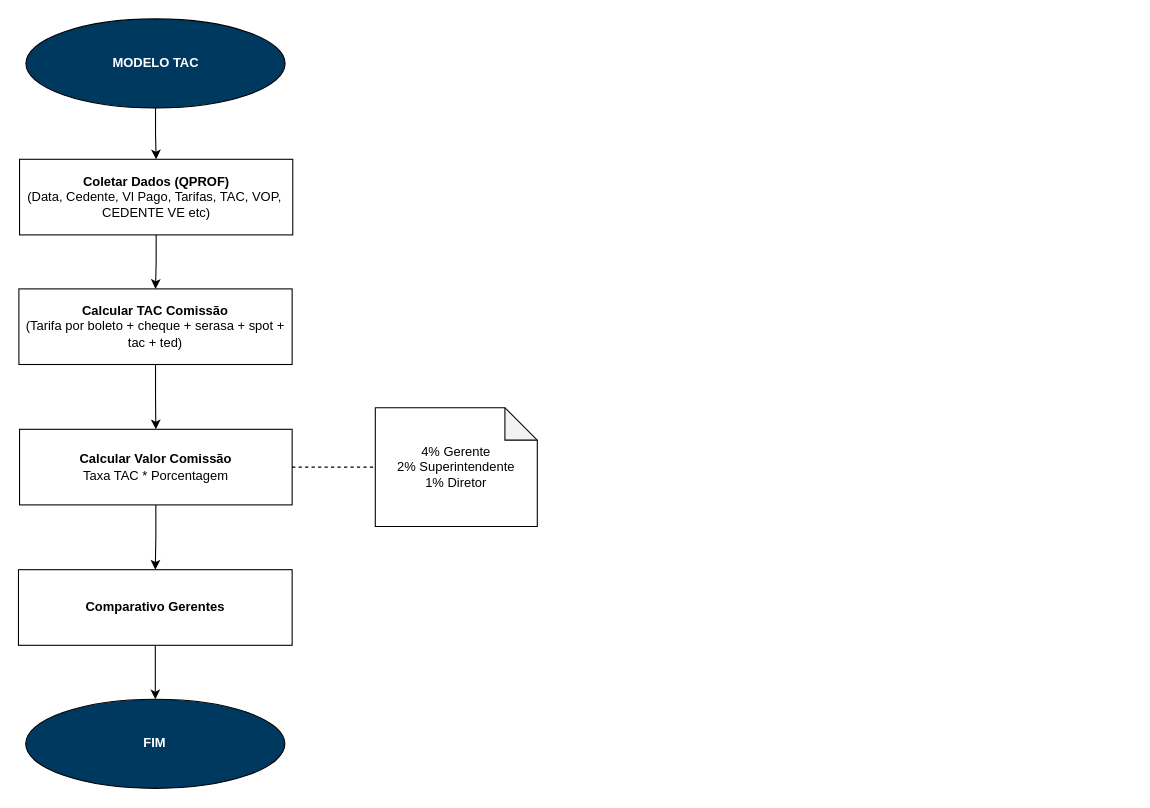
The draw.io diagram page "MODELO TAC" (4 of 4) of FLUXOGRAMAS.drawio in henriquelima0/exercicios-fiap, before the edit. Source tidied: cells renumbered, new cells numbered last; positions are measured from the earlier drawing's top-left corner, leaving out a move shared by most shapes. Both pictures are drawn from the tidied source at 108%, with x=0, y=0 at pixel (18, 18).
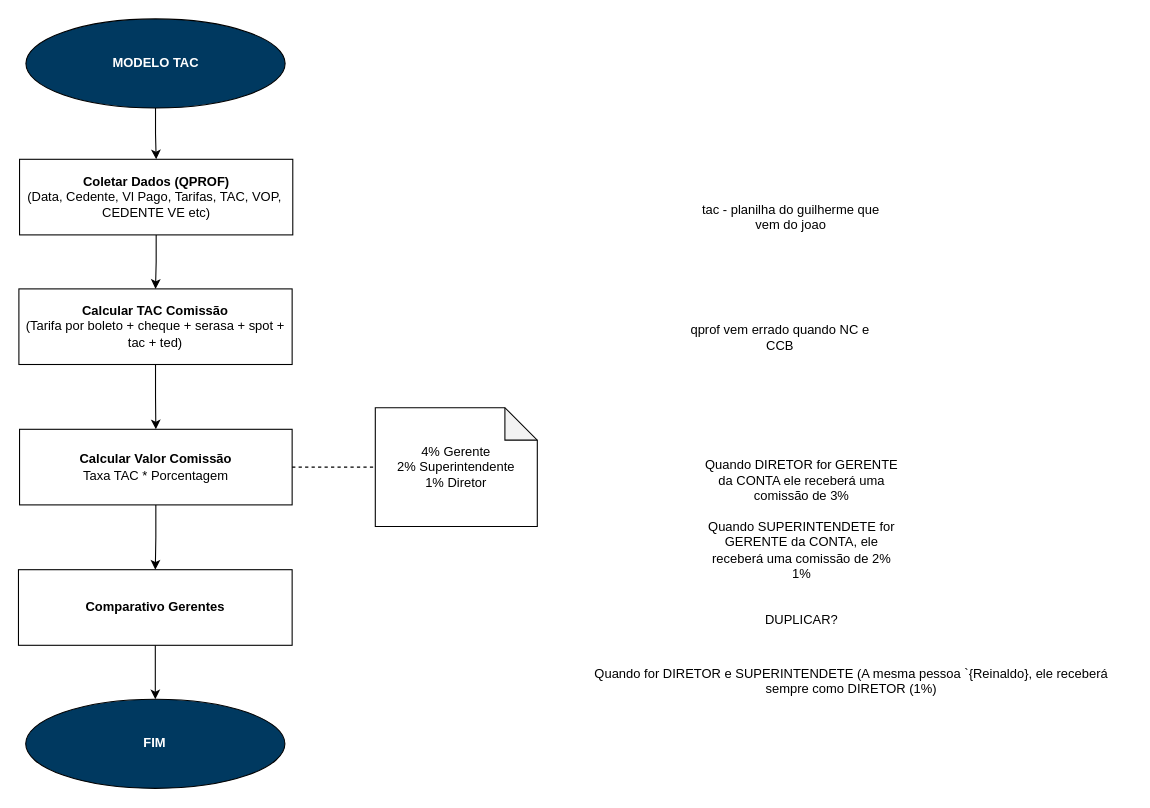
The same page after the edit.

What changed in the source:
```diff
@@
 <mxGraphModel>
   <root>
     <mxCell id="0" />
     <mxCell id="1" parent="0" />
     <mxCell id="2" style="edgeStyle=orthogonalEdgeStyle;rounded=0;jettySize=auto;html=1;exitX=0.5;exitY=1;exitDx=0;exitDy=0;entryX=0.5;entryY=0;entryDx=0;entryDy=0;" parent="1" edge="1" source="3" target="5">
       <mxGeometry relative="1" as="geometry" />
     </mxCell>
     <mxCell id="3" value="&lt;b&gt;Coletar Dados (QPROF)&lt;/b&gt;&lt;br&gt;(Data, Cedente, Vl Pago, Tarifas, TAC, VOP,&amp;nbsp; CEDENTE VE etc)" style="rounded=0;whiteSpace=wrap;html=1;" parent="1" vertex="1">
       <mxGeometry x="0.6" y="130" width="253" height="70" as="geometry" />
     </mxCell>
     <mxCell id="4" style="edgeStyle=orthogonalEdgeStyle;rounded=0;jettySize=auto;html=1;entryX=0.5;entryY=0;entryDx=0;entryDy=0;" parent="1" edge="1" source="5" target="13">
       <mxGeometry relative="1" as="geometry" />
     </mxCell>
     <mxCell id="5" value="&lt;b&gt;Calcular TAC Comissão&lt;/b&gt;&lt;br&gt;(Tarifa por boleto + cheque + serasa + spot + tac + ted)" style="rounded=0;whiteSpace=wrap;html=1;" parent="1" vertex="1">
       <mxGeometry y="250" width="253" height="70" as="geometry" />
     </mxCell>
     <mxCell id="6" style="edgeStyle=orthogonalEdgeStyle;rounded=0;jettySize=auto;html=1;exitX=0.5;exitY=1;exitDx=0;exitDy=0;entryX=0.5;entryY=0;entryDx=0;entryDy=0;" parent="1" edge="1" source="13" target="8">
       <mxGeometry relative="1" as="geometry" />
     </mxCell>
     <mxCell id="7" style="edgeStyle=orthogonalEdgeStyle;rounded=0;jettySize=auto;html=1;exitX=0.5;exitY=1;exitDx=0;exitDy=0;entryX=0.5;entryY=0;entryDx=0;entryDy=0;" parent="1" edge="1" source="8" target="9">
       <mxGeometry relative="1" as="geometry" />
     </mxCell>
     <mxCell id="8" value="&lt;b&gt;Comparativo Gerentes&lt;/b&gt;" style="rounded=0;whiteSpace=wrap;html=1;" parent="1" vertex="1">
       <mxGeometry x="-0.4" y="510" width="253.4" height="70" as="geometry" />
     </mxCell>
     <mxCell id="9" value="&lt;b&gt;&lt;font color=&quot;#ffffff&quot;&gt;FIM&lt;/font&gt;&lt;/b&gt;" style="ellipse;whiteSpace=wrap;html=1;fillColor=#003960;" parent="1" vertex="1">
       <mxGeometry x="6.3" y="630" width="240" height="82.5" as="geometry" />
     </mxCell>
     <mxCell id="10" style="edgeStyle=orthogonalEdgeStyle;rounded=0;jettySize=auto;html=1;entryX=0.5;entryY=0;entryDx=0;entryDy=0;" parent="1" edge="1" source="11" target="3">
       <mxGeometry relative="1" as="geometry" />
     </mxCell>
     <mxCell id="11" value="&lt;font color=&quot;#ffffff&quot;&gt;&lt;b&gt;MODELO TAC&lt;/b&gt;&lt;/font&gt;" style="ellipse;whiteSpace=wrap;html=1;fillColor=#003960;" parent="1" vertex="1">
       <mxGeometry x="6.5" width="240" height="82.5" as="geometry" />
     </mxCell>
     <mxCell id="12" style="group;" parent="1" vertex="1">
       <mxGeometry x="0.6" y="360" width="479.4" height="110" as="geometry" />
     </mxCell>
     <mxCell id="13" value="&lt;b&gt;Calcular Valor Comissão&lt;/b&gt;&lt;br&gt;Taxa TAC * Porcentagem" style="rounded=0;whiteSpace=wrap;html=1;" parent="12" vertex="1">
       <mxGeometry y="20" width="252.4" height="70" as="geometry" />
     </mxCell>
     <mxCell id="14" value="4% Gerente&lt;br&gt;2% Superintendente&lt;br&gt;1% Diretor" style="shape=note;whiteSpace=wrap;html=1;backgroundOutline=1;darkOpacity=0.05;" parent="12" vertex="1">
       <mxGeometry x="329.4" width="150" height="110" as="geometry" />
     </mxCell>
     <mxCell id="15" style="endArrow=none;dashed=1;html=1;rounded=0;entryX=0;entryY=0.5;entryDx=0;entryDy=0;entryPerimeter=0;exitX=1;exitY=0.5;exitDx=0;exitDy=0;" parent="12" edge="1" source="13" target="14">
       <mxGeometry relative="1" as="geometry" />
     </mxCell>
+    <mxCell id="16" value="&lt;div&gt;tac - planilha do guilherme que vem do joao&lt;br&gt;&lt;br&gt;&amp;nbsp;&lt;div&gt;&lt;br&gt;&lt;/div&gt;&lt;/div&gt;" style="text;html=1;align=center;verticalAlign=middle;whiteSpace=wrap;rounded=0;" parent="1" vertex="1">
+      <mxGeometry x="620" y="170" width="190" height="70" as="geometry" />
+    </mxCell>
+    <mxCell id="17" value="Quando DIRETOR for GERENTE da CONTA ele receberá uma comissão de 3%&lt;br&gt;&lt;br&gt;Quando SUPERINTENDETE for GERENTE da CONTA, ele receberá uma comissão de 2%&lt;br&gt;1%&lt;br&gt;&lt;br&gt;&lt;br&gt;DUPLICAR?" style="text;html=1;align=center;verticalAlign=middle;whiteSpace=wrap;rounded=0;" parent="1" vertex="1">
+      <mxGeometry x="630" y="450" width="190" height="70" as="geometry" />
+    </mxCell>
+    <mxCell id="18" value="&lt;div style=&quot;text-align: center;&quot;&gt;Quando for DIRETOR e SUPERINTENDETE (A mesma pessoa `{Reinaldo}, ele receberá sempre como DIRETOR (1%)&lt;/div&gt;" style="text;whiteSpace=wrap;html=1;" parent="1" vertex="1">
+      <mxGeometry x="510" y="592.5" width="520" height="120" as="geometry" />
+    </mxCell>
+    <mxCell id="19" value="&lt;div&gt;&lt;div&gt;qprof vem errado quando NC e CCB&lt;/div&gt;&lt;/div&gt;" style="text;html=1;align=center;verticalAlign=middle;whiteSpace=wrap;rounded=0;" parent="1" vertex="1">
+      <mxGeometry x="610" y="260" width="190" height="70" as="geometry" />
+    </mxCell>
   </root>
 </mxGraphModel>
```
